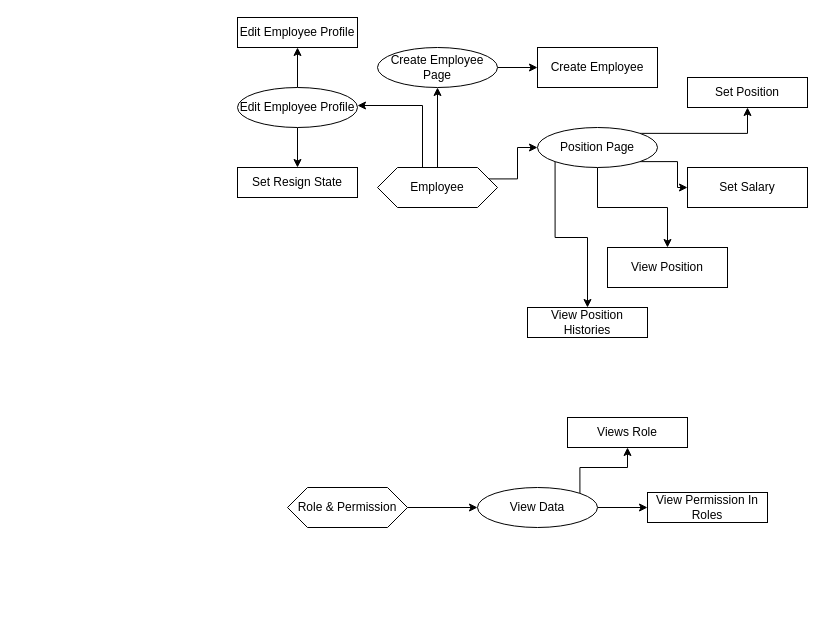
Earlier version of the draw.io diagram page "HR" (2 of 2) of Design/Design.drawio (nh439/RocketShop3). Source tidied: cells renumbered, new cells numbered last; positions are measured from the earlier drawing's top-left corner, leaving out a move shared by most shapes. Both pictures are drawn from the tidied source at 100%, with x=0, y=0 at pixel (237, 17).
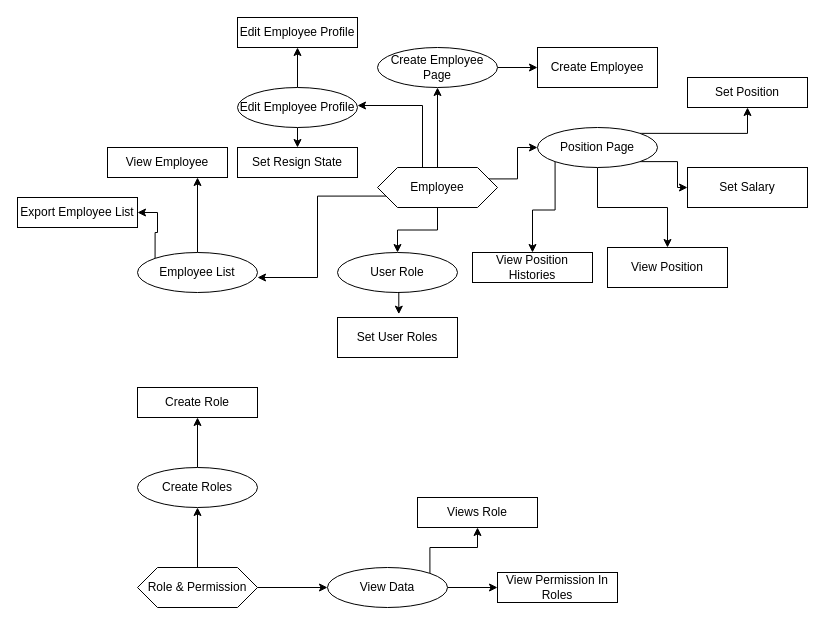
Above is the later version.

The change refers to these unchanged cells:
```xml
<mxCell id="4" value="Employee" style="shape=hexagon;perimeter=hexagonPerimeter2;whiteSpace=wrap;html=1;fixedSize=1;" parent="1" vertex="1">
  <mxGeometry x="140" y="150" width="120" height="40" as="geometry" />
</mxCell>
```

The edit, as a diff of the source:
```diff
@@
+    <mxCell id="30" style="edgeStyle=orthogonalEdgeStyle;rounded=0;jettySize=auto;html=1;entryX=0.5;entryY=0;entryDx=0;entryDy=0;" parent="1" edge="1" source="4" target="35">
+      <mxGeometry relative="1" as="geometry" />
+    </mxCell>
@@
     <mxCell id="21" value="View Position Histories" style="rounded=0;whiteSpace=wrap;html=1;" parent="1" vertex="1">
-      <mxGeometry x="290" y="290" width="120" height="30" as="geometry" />
+      <mxGeometry x="235" y="235" width="120" height="30" as="geometry" />
     </mxCell>
     <mxCell id="22" value="Set Resign State" style="rounded=0;whiteSpace=wrap;html=1;" parent="1" vertex="1">
-      <mxGeometry y="150" width="120" height="30" as="geometry" />
+      <mxGeometry y="130" width="120" height="30" as="geometry" />
     </mxCell>
@@
+    <mxCell id="31" style="edgeStyle=orthogonalEdgeStyle;rounded=0;jettySize=auto;html=1;exitX=0.5;exitY=0;exitDx=0;exitDy=0;entryX=0.5;entryY=1;entryDx=0;entryDy=0;" parent="1" edge="1" source="24" target="33">
+      <mxGeometry relative="1" as="geometry" />
+    </mxCell>
     <mxCell id="24" value="Role &amp;amp; Permission" style="shape=hexagon;perimeter=hexagonPerimeter2;whiteSpace=wrap;html=1;fixedSize=1;" parent="1" vertex="1">
-      <mxGeometry x="50" y="470" width="120" height="40" as="geometry" />
+      <mxGeometry x="-100" y="550" width="120" height="40" as="geometry" />
     </mxCell>
@@
     <mxCell id="27" value="View Data" style="ellipse;whiteSpace=wrap;html=1;" parent="1" vertex="1">
-      <mxGeometry x="240" y="470" width="120" height="40" as="geometry" />
+      <mxGeometry x="90" y="550" width="120" height="40" as="geometry" />
     </mxCell>
     <mxCell id="28" value="Views Role" style="rounded=0;whiteSpace=wrap;html=1;" parent="1" vertex="1">
-      <mxGeometry x="330" y="400" width="120" height="30" as="geometry" />
+      <mxGeometry x="180" y="480" width="120" height="30" as="geometry" />
     </mxCell>
     <mxCell id="29" value="View Permission In Roles" style="rounded=0;whiteSpace=wrap;html=1;" parent="1" vertex="1">
-      <mxGeometry x="410" y="475" width="120" height="30" as="geometry" />
+      <mxGeometry x="260" y="555" width="120" height="30" as="geometry" />
     </mxCell>
+    <mxCell id="32" style="edgeStyle=orthogonalEdgeStyle;rounded=0;jettySize=auto;html=1;exitX=0.5;exitY=0;exitDx=0;exitDy=0;entryX=0.5;entryY=1;entryDx=0;entryDy=0;" parent="1" edge="1" source="33" target="34">
+      <mxGeometry relative="1" as="geometry" />
+    </mxCell>
+    <mxCell id="33" value="Create Roles" style="ellipse;whiteSpace=wrap;html=1;" parent="1" vertex="1">
+      <mxGeometry x="-100" y="450" width="120" height="40" as="geometry" />
+    </mxCell>
+    <mxCell id="34" value="Create Role" style="rounded=0;whiteSpace=wrap;html=1;" parent="1" vertex="1">
+      <mxGeometry x="-100" y="370" width="120" height="30" as="geometry" />
+    </mxCell>
+    <mxCell id="35" value="User Role" style="ellipse;whiteSpace=wrap;html=1;" parent="1" vertex="1">
+      <mxGeometry x="100" y="235" width="120" height="40" as="geometry" />
+    </mxCell>
+    <mxCell id="36" value="Set User Roles" style="rounded=0;whiteSpace=wrap;html=1;" parent="1" vertex="1">
+      <mxGeometry x="100" y="300" width="120" height="40" as="geometry" />
+    </mxCell>
+    <mxCell id="37" style="edgeStyle=orthogonalEdgeStyle;rounded=0;jettySize=auto;html=1;exitX=0.5;exitY=1;exitDx=0;exitDy=0;entryX=0.511;entryY=-0.083;entryDx=0;entryDy=0;entryPerimeter=0;" parent="1" edge="1" source="35" target="36">
+      <mxGeometry relative="1" as="geometry" />
+    </mxCell>
+    <mxCell id="38" style="edgeStyle=orthogonalEdgeStyle;rounded=0;jettySize=auto;html=1;exitX=0.5;exitY=0;exitDx=0;exitDy=0;entryX=0.75;entryY=1;entryDx=0;entryDy=0;" parent="1" edge="1" source="40" target="42">
+      <mxGeometry relative="1" as="geometry" />
+    </mxCell>
+    <mxCell id="39" style="edgeStyle=orthogonalEdgeStyle;rounded=0;jettySize=auto;html=1;exitX=0;exitY=0;exitDx=0;exitDy=0;entryX=1;entryY=0.5;entryDx=0;entryDy=0;" parent="1" edge="1" source="40" target="43">
+      <mxGeometry relative="1" as="geometry">
+        <Array as="points">
+          <mxPoint x="-82" y="215" />
+          <mxPoint x="-80" y="215" />
+          <mxPoint x="-80" y="195" />
+        </Array>
+      </mxGeometry>
+    </mxCell>
+    <mxCell id="40" value="Employee List" style="ellipse;whiteSpace=wrap;html=1;" parent="1" vertex="1">
+      <mxGeometry x="-100" y="235" width="120" height="40" as="geometry" />
+    </mxCell>
+    <mxCell id="41" style="edgeStyle=orthogonalEdgeStyle;rounded=0;jettySize=auto;html=1;exitX=0;exitY=0.75;exitDx=0;exitDy=0;entryX=1;entryY=0.625;entryDx=0;entryDy=0;entryPerimeter=0;" parent="1" edge="1" source="4" target="40">
+      <mxGeometry relative="1" as="geometry" />
+    </mxCell>
+    <mxCell id="42" value="View Employee" style="rounded=0;whiteSpace=wrap;html=1;" parent="1" vertex="1">
+      <mxGeometry x="-130" y="130" width="120" height="30" as="geometry" />
+    </mxCell>
+    <mxCell id="43" value="Export Employee List" style="rounded=0;whiteSpace=wrap;html=1;" parent="1" vertex="1">
+      <mxGeometry x="-220" y="180" width="120" height="30" as="geometry" />
+    </mxCell>
```
